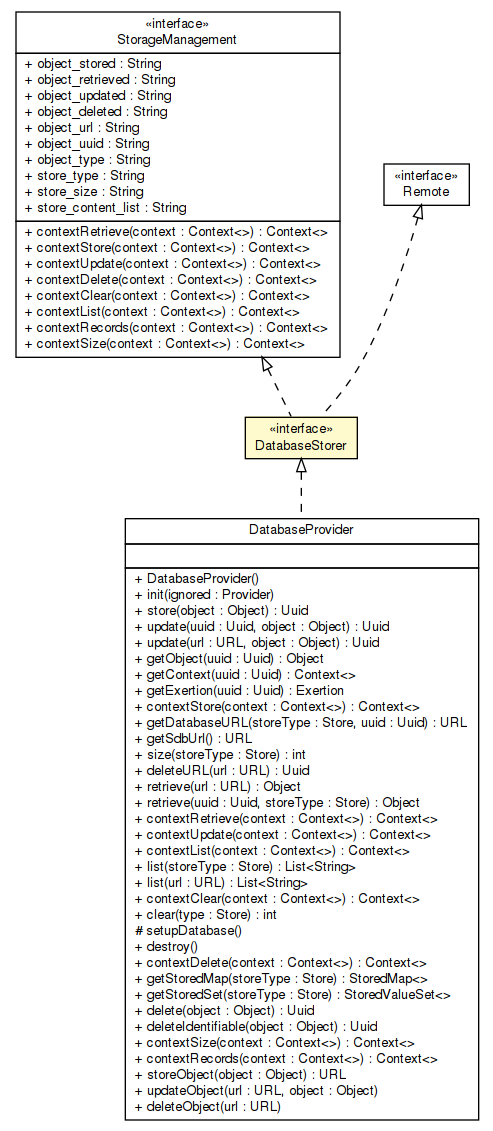
Before: apidocs/sorcer/service/DatabaseStorer.png, a diagram exported from Graphviz (sorcersoft/sorcersoft.github.io). Its source is kept beside it as apidocs/sorcer/service/DatabaseStorer.dot.
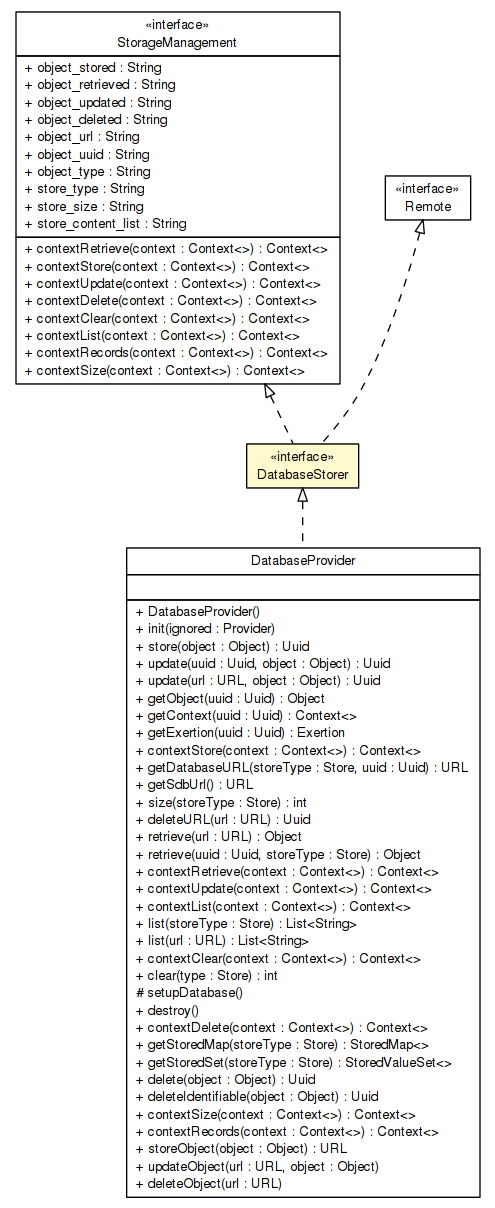
Later version of the same file.

The edit, as a diff of the source:
```diff
@@ -4,7 +4,13 @@
 	node [fontname="Helvetica",fontsize=10,shape=plaintext];
 	nodesep=0.25;
 	ranksep=0.5;
-	c163306 [label=<<table title="sorcer.core.provider.StorageManagement" border="0" cellborder="1" cellspacing="0" cellpadding="2" port="p" href="../core/provider/StorageManagement.html">
+	c188802 [label=<<table title="sorcer.service.DatabaseStorer" border="0" cellborder="1" cellspacing="0" cellpadding="2" port="p" bgcolor="lemonChiffon" href="./DatabaseStorer.html">
+		<tr><td><table border="0" cellspacing="0" cellpadding="1">
+<tr><td align="center" balign="center"> &#171;interface&#187; </td></tr>
+<tr><td align="center" balign="center"> DatabaseStorer </td></tr>
+		</table></td></tr>
+		</table>>, URL="./DatabaseStorer.html", fontname="Helvetica", fontcolor="black", fontsize=10.0];
+	c188924 [label=<<table title="sorcer.core.provider.StorageManagement" border="0" cellborder="1" cellspacing="0" cellpadding="2" port="p" href="../core/provider/StorageManagement.html">
 		<tr><td><table border="0" cellspacing="0" cellpadding="1">
 <tr><td align="center" balign="center"> &#171;interface&#187; </td></tr>
 <tr><td align="center" balign="center"> StorageManagement </td></tr>
@@ -32,13 +38,7 @@
 <tr><td align="left" balign="left"> + contextSize(context : Context&lt;&gt;) : Context&lt;&gt; </td></tr>
 		</table></td></tr>
 		</table>>, URL="../core/provider/StorageManagement.html", fontname="Helvetica", fontcolor="black", fontsize=10.0];
-	c163406 [label=<<table title="sorcer.service.DatabaseStorer" border="0" cellborder="1" cellspacing="0" cellpadding="2" port="p" bgcolor="lemonChiffon" href="./DatabaseStorer.html">
-		<tr><td><table border="0" cellspacing="0" cellpadding="1">
-<tr><td align="center" balign="center"> &#171;interface&#187; </td></tr>
-<tr><td align="center" balign="center"> DatabaseStorer </td></tr>
-		</table></td></tr>
-		</table>>, URL="./DatabaseStorer.html", fontname="Helvetica", fontcolor="black", fontsize=10.0];
-	c163541 [label=<<table title="sorcer.core.provider.dbp.DatabaseProvider" border="0" cellborder="1" cellspacing="0" cellpadding="2" port="p" href="../core/provider/dbp/DatabaseProvider.html">
+	c189032 [label=<<table title="sorcer.core.provider.dbp.DatabaseProvider" border="0" cellborder="1" cellspacing="0" cellpadding="2" port="p" href="../core/provider/dbp/DatabaseProvider.html">
 		<tr><td><table border="0" cellspacing="0" cellpadding="1">
 <tr><td align="center" balign="center"> DatabaseProvider </td></tr>
 		</table></td></tr>
@@ -82,10 +82,10 @@
 <tr><td align="left" balign="left"> + deleteObject(url : URL) </td></tr>
 		</table></td></tr>
 		</table>>, URL="../core/provider/dbp/DatabaseProvider.html", fontname="Helvetica", fontcolor="black", fontsize=10.0];
-	c163306:p -> c163406:p [dir=back,arrowtail=empty,style=dashed];
-	c163854:p -> c163406:p [dir=back,arrowtail=empty,style=dashed];
-	c163406:p -> c163541:p [dir=back,arrowtail=empty,style=dashed];
-	c163854 [label=<<table title="java.rmi.Remote" border="0" cellborder="1" cellspacing="0" cellpadding="2" port="p" href="http://docs.oracle.com/javase/7/docs/api/java/rmi/Remote.html">
+	c188924:p -> c188802:p [dir=back,arrowtail=empty,style=dashed];
+	c189404:p -> c188802:p [dir=back,arrowtail=empty,style=dashed];
+	c188802:p -> c189032:p [dir=back,arrowtail=empty,style=dashed];
+	c189404 [label=<<table title="java.rmi.Remote" border="0" cellborder="1" cellspacing="0" cellpadding="2" port="p" href="http://docs.oracle.com/javase/7/docs/api/java/rmi/Remote.html">
 		<tr><td><table border="0" cellspacing="0" cellpadding="1">
 <tr><td align="center" balign="center"> &#171;interface&#187; </td></tr>
 <tr><td align="center" balign="center"> Remote </td></tr>
```
